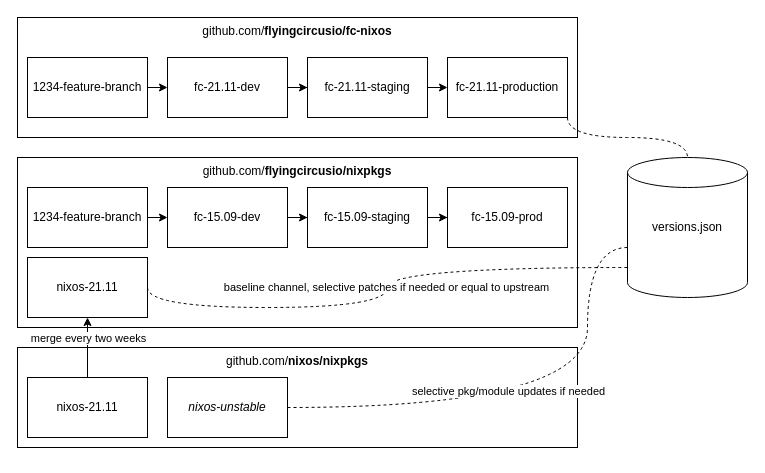
Before: Nixos Repos and Branches.drawio in flyingcircusio/drawio, a draw.io diagram. Source tidied: cells renumbered, new cells numbered last; positions are measured from the earlier drawing's top-left corner, leaving out a move shared by most shapes. Both pictures are drawn from the tidied source at 100%, with x=0, y=0 at pixel (17, 17).
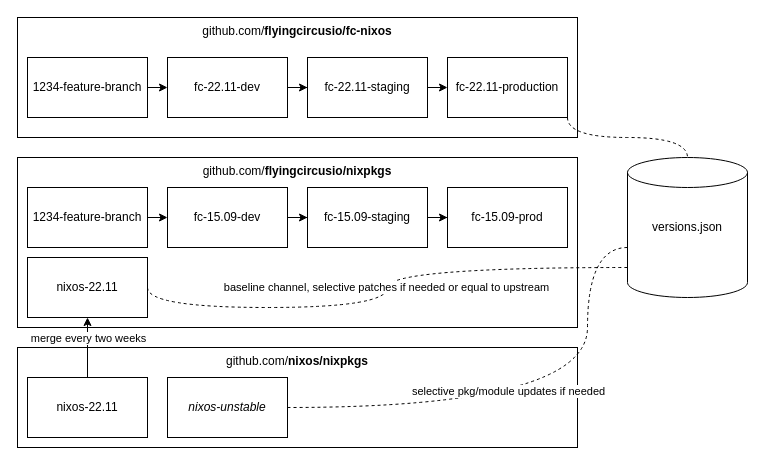
Above is the later version.

Diff of the diagram source:
```diff
@@
-    <mxCell id="5" value="nixos-21.11" style="rounded=0;whiteSpace=wrap;html=1;" parent="1" vertex="1">
+    <mxCell id="5" value="nixos-22.11" style="rounded=0;whiteSpace=wrap;html=1;" parent="1" vertex="1">
       <mxGeometry x="10" y="240" width="120" height="60" as="geometry" />
     </mxCell>
@@
-    <mxCell id="8" value="nixos-21.11" style="rounded=0;whiteSpace=wrap;html=1;" parent="1" vertex="1">
+    <mxCell id="8" value="nixos-22.11" style="rounded=0;whiteSpace=wrap;html=1;" parent="1" vertex="1">
       <mxGeometry x="10" y="360" width="120" height="60" as="geometry" />
     </mxCell>
@@
-    <mxCell id="20" value="fc-21.11-dev" style="rounded=0;whiteSpace=wrap;html=1;" parent="1" vertex="1">
+    <mxCell id="20" value="fc-22.11-dev" style="rounded=0;whiteSpace=wrap;html=1;" parent="1" vertex="1">
       <mxGeometry x="150" y="40" width="120" height="60" as="geometry" />
     </mxCell>
@@
-    <mxCell id="22" value="fc-21.11-staging" style="rounded=0;whiteSpace=wrap;html=1;" parent="1" vertex="1">
+    <mxCell id="22" value="fc-22.11-staging" style="rounded=0;whiteSpace=wrap;html=1;" parent="1" vertex="1">
       <mxGeometry x="290" y="40" width="120" height="60" as="geometry" />
     </mxCell>
@@
-    <mxCell id="24" value="fc-21.11-production" style="rounded=0;whiteSpace=wrap;html=1;" parent="1" vertex="1">
+    <mxCell id="24" value="fc-22.11-production" style="rounded=0;whiteSpace=wrap;html=1;" parent="1" vertex="1">
       <mxGeometry x="430" y="40" width="120" height="60" as="geometry" />
     </mxCell>
```
